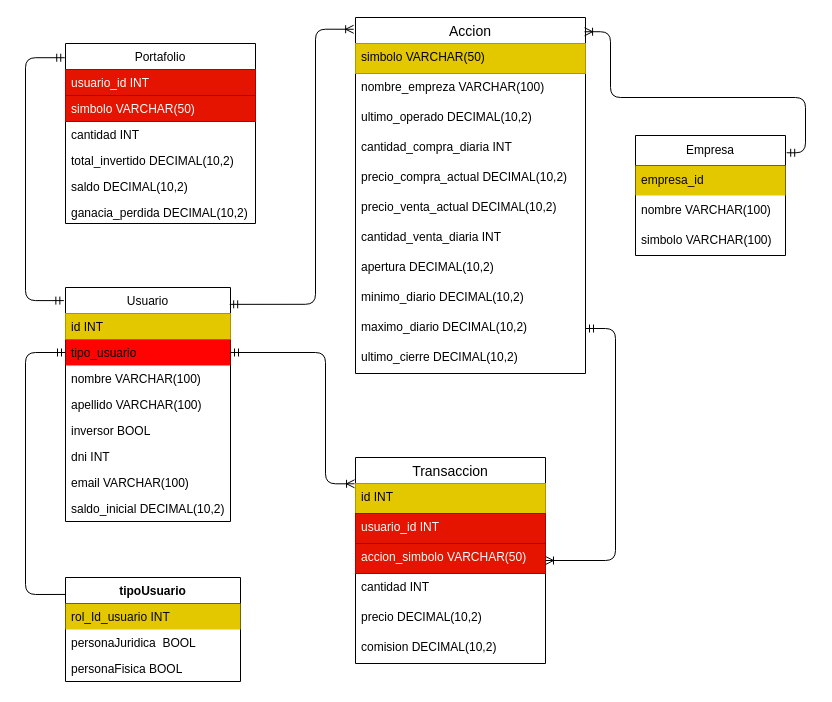
The draw.io diagram base_de_datos/proyecto.drawio in ispc-team-13/argBrokerDemo, before the edit. Source tidied: cells renumbered, new cells numbered last; positions are measured from the earlier drawing's top-left corner, leaving out a move shared by most shapes. Both pictures are drawn from the tidied source at 100%, with x=0, y=0 at pixel (25, 17).
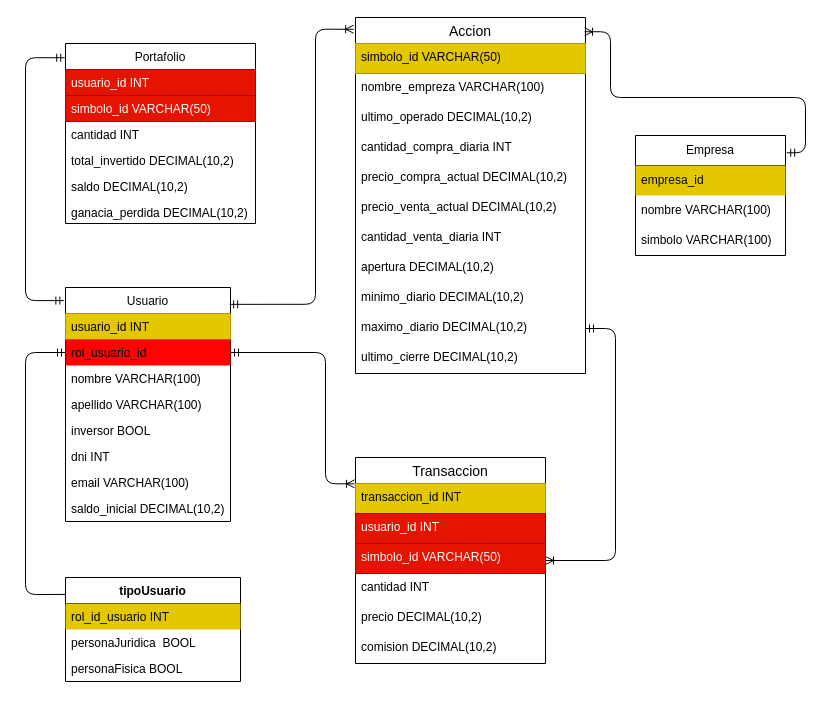
The same diagram, later.

Commit message:
edit tables name id

The change refers to these unchanged cells:
```xml
<mxCell id="2" value="Portafolio" style="swimlane;fontStyle=0;horizontal=1;startSize=26;fillColor=default;" parent="1" vertex="1">
  <mxGeometry x="40" y="26" width="190" height="180" as="geometry" />
</mxCell>
<mxCell id="9" value="Usuario" style="swimlane;fontStyle=0;horizontal=1;startSize=26;fillColor=default;direction=east;" parent="1" vertex="1">
  <mxGeometry x="40" y="270" width="165" height="234" as="geometry" />
</mxCell>
<mxCell id="19" value="Accion" style="swimlane;fontStyle=0;horizontal=1;startSize=26;align=center;fontSize=14;" parent="1" vertex="1">
  <mxGeometry x="330" width="230" height="356" as="geometry" />
</mxCell>
<mxCell id="31" value="Transaccion" style="swimlane;fontStyle=0;horizontal=1;startSize=26;align=center;fontSize=14;fillColor=default;" parent="1" vertex="1">
  <mxGeometry x="330" y="440" width="190" height="206" as="geometry" />
</mxCell>
<mxCell id="40" value="tipoUsuario" style="swimlane;fontStyle=1;align=center;verticalAlign=top;horizontal=1;startSize=26;" parent="1" vertex="1">
  <mxGeometry x="40" y="560" width="175" height="104" as="geometry" />
</mxCell>
```

The edit, as a diff of the source:
```diff
@@
-    <mxCell id="4" value="simbolo VARCHAR(50)" style="text;strokeColor=#B20000;fillColor=#e51400;align=left;verticalAlign=top;spacingLeft=4;spacingRight=4;overflow=hidden;fontColor=#ffffff;" parent="2" vertex="1">
+    <mxCell id="4" value="simbolo_id VARCHAR(50)" style="text;strokeColor=#B20000;fillColor=#e51400;align=left;verticalAlign=top;spacingLeft=4;spacingRight=4;overflow=hidden;fontColor=#ffffff;" parent="2" vertex="1">
       <mxGeometry y="52" width="190" height="26" as="geometry" />
     </mxCell>
@@
-    <mxCell id="10" value="id INT" style="text;strokeColor=#B09500;fillColor=#e3c800;align=left;verticalAlign=top;spacingLeft=4;spacingRight=4;overflow=hidden;fontColor=#000000;" parent="9" vertex="1">
+    <mxCell id="10" value="usuario_id INT" style="text;strokeColor=#B09500;fillColor=#e3c800;align=left;verticalAlign=top;spacingLeft=4;spacingRight=4;overflow=hidden;fontColor=#000000;" parent="9" vertex="1">
       <mxGeometry y="26" width="165" height="26" as="geometry" />
     </mxCell>
-    <mxCell id="11" value="tipo_usuario" style="text;strokeColor=none;fillColor=#FF0303;align=left;verticalAlign=top;spacingLeft=4;spacingRight=4;overflow=hidden;points=[[0,0.5],[1,0.5]];portConstraint=eastwest;" parent="9" vertex="1">
+    <mxCell id="11" value="rol_usuario_id" style="text;strokeColor=none;fillColor=#FF0303;align=left;verticalAlign=top;spacingLeft=4;spacingRight=4;overflow=hidden;points=[[0,0.5],[1,0.5]];portConstraint=eastwest;" parent="9" vertex="1">
       <mxGeometry y="52" width="165" height="26" as="geometry" />
     </mxCell>
@@
-    <mxCell id="20" value="simbolo VARCHAR(50)" style="text;strokeColor=#B09500;fillColor=#e3c800;spacingLeft=4;spacingRight=4;overflow=hidden;fontSize=12;fontColor=#000000;" parent="19" vertex="1">
+    <mxCell id="20" value="simbolo_id VARCHAR(50)" style="text;strokeColor=#B09500;fillColor=#e3c800;spacingLeft=4;spacingRight=4;overflow=hidden;fontSize=12;fontColor=#000000;" parent="19" vertex="1">
       <mxGeometry y="26" width="230" height="30" as="geometry" />
     </mxCell>
@@
-    <mxCell id="32" value="id INT" style="text;strokeColor=#B09500;fillColor=#e3c800;spacingLeft=4;spacingRight=4;overflow=hidden;points=[[0,0.5],[1,0.5]];portConstraint=eastwest;fontSize=12;fontColor=#000000;" parent="31" vertex="1">
+    <mxCell id="32" value="transaccion_id INT" style="text;strokeColor=#B09500;fillColor=#e3c800;spacingLeft=4;spacingRight=4;overflow=hidden;points=[[0,0.5],[1,0.5]];portConstraint=eastwest;fontSize=12;fontColor=#000000;" parent="31" vertex="1">
       <mxGeometry y="26" width="190" height="30" as="geometry" />
     </mxCell>
@@
-    <mxCell id="34" value="accion_simbolo VARCHAR(50)" style="text;strokeColor=#B20000;fillColor=#e51400;spacingLeft=4;spacingRight=4;overflow=hidden;fontSize=12;fontColor=#ffffff;" parent="31" vertex="1">
+    <mxCell id="34" value="simbolo_id VARCHAR(50)" style="text;strokeColor=#B20000;fillColor=#e51400;spacingLeft=4;spacingRight=4;overflow=hidden;fontSize=12;fontColor=#ffffff;" parent="31" vertex="1">
       <mxGeometry y="86" width="190" height="30" as="geometry" />
     </mxCell>
@@
-    <mxCell id="41" value="rol_Id_usuario INT" style="text;strokeColor=none;fillColor=#e3c800;align=left;verticalAlign=top;spacingLeft=4;spacingRight=4;overflow=hidden;fontColor=#050505;" parent="40" vertex="1">
+    <mxCell id="41" value="rol_id_usuario INT" style="text;strokeColor=none;fillColor=#e3c800;align=left;verticalAlign=top;spacingLeft=4;spacingRight=4;overflow=hidden;fontColor=#050505;" parent="40" vertex="1">
       <mxGeometry y="26" width="175" height="26" as="geometry" />
     </mxCell>
```
